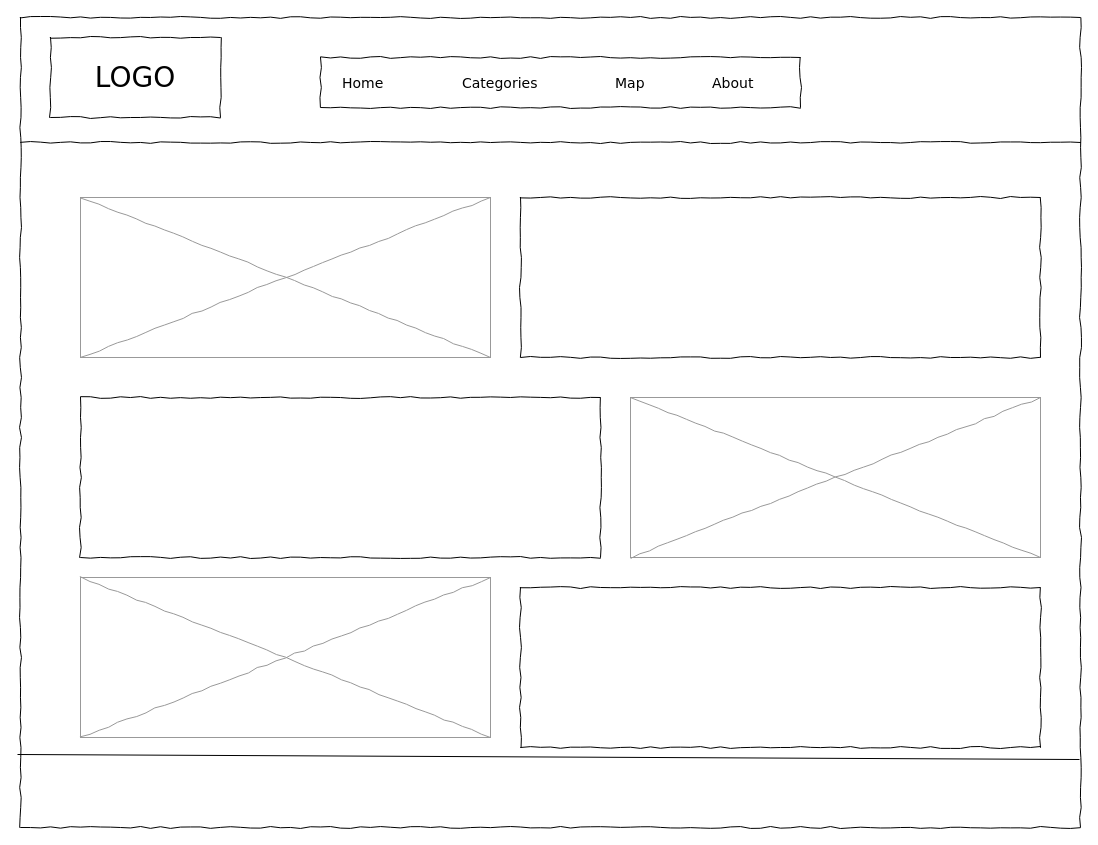
The draw.io diagram Planing/category.drawio in LlynBaum/LlynBaum.github.io, before the edit. Source tidied: cells renumbered, new cells numbered last; positions are measured from the earlier drawing's top-left corner, leaving out a move shared by most shapes. Both pictures are drawn from the tidied source at 100%, with x=0, y=0 at pixel (17, 17).
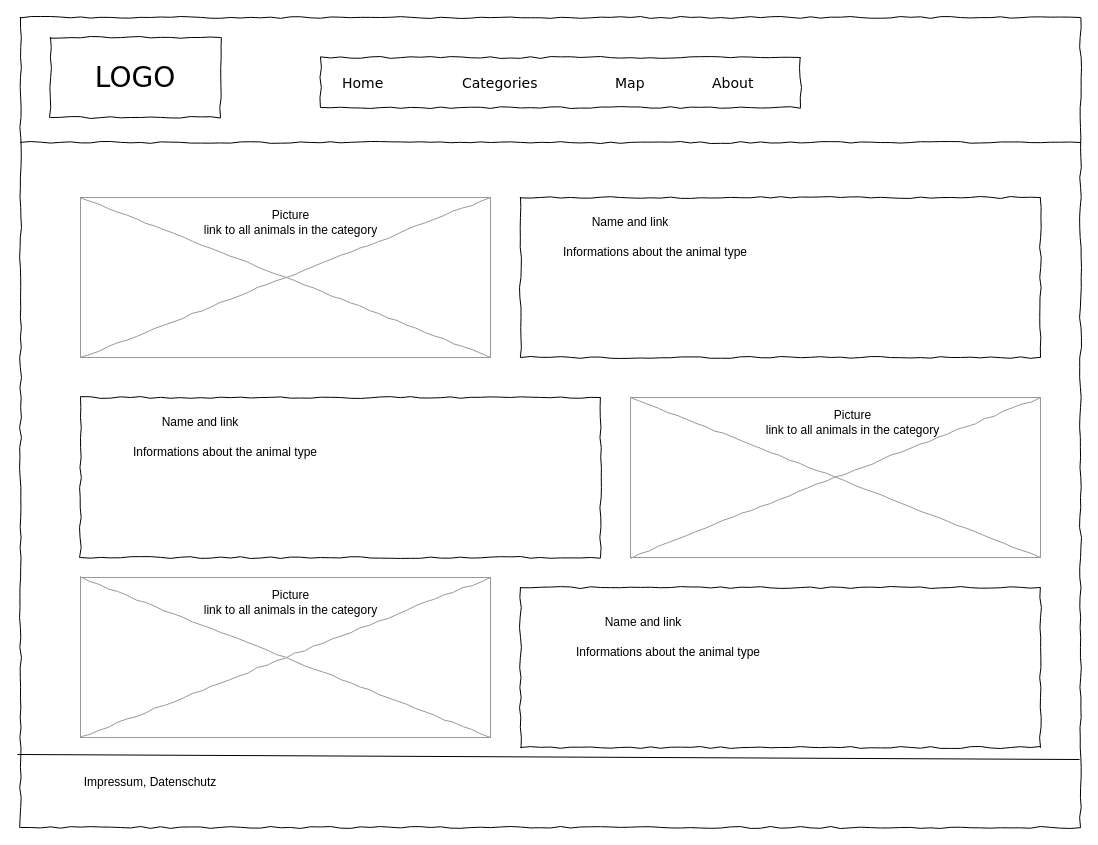
The same diagram, later.

The edit, as a diff of the source:
```diff
@@
+    <mxCell id="17" value="Informations about the animal type" style="text;html=1;strokeColor=none;fillColor=none;align=center;verticalAlign=middle;whiteSpace=wrap;rounded=0;" parent="1" vertex="1">
+      <mxGeometry x="513" y="220" width="250" height="30" as="geometry" />
+    </mxCell>
+    <mxCell id="18" value="Picture&lt;br&gt;link to all animals in the category" style="text;html=1;strokeColor=none;fillColor=none;align=center;verticalAlign=middle;whiteSpace=wrap;rounded=0;" parent="1" vertex="1">
+      <mxGeometry x="175.5" y="190" width="195" height="30" as="geometry" />
+    </mxCell>
+    <mxCell id="19" value="Picture&lt;br style=&quot;border-color: var(--border-color);&quot;&gt;link to all animals in the category" style="text;html=1;strokeColor=none;fillColor=none;align=center;verticalAlign=middle;whiteSpace=wrap;rounded=0;" parent="1" vertex="1">
+      <mxGeometry x="733" y="390" width="205" height="30" as="geometry" />
+    </mxCell>
+    <mxCell id="20" value="Informations about the animal type" style="text;html=1;strokeColor=none;fillColor=none;align=center;verticalAlign=middle;whiteSpace=wrap;rounded=0;" parent="1" vertex="1">
+      <mxGeometry x="83" y="420" width="250" height="30" as="geometry" />
+    </mxCell>
+    <mxCell id="21" value="Informations about the animal type" style="text;html=1;strokeColor=none;fillColor=none;align=center;verticalAlign=middle;whiteSpace=wrap;rounded=0;" parent="1" vertex="1">
+      <mxGeometry x="526" y="620" width="250" height="30" as="geometry" />
+    </mxCell>
+    <mxCell id="22" value="Impressum, Datenschutz" style="text;html=1;strokeColor=none;fillColor=none;align=center;verticalAlign=middle;whiteSpace=wrap;rounded=0;" parent="1" vertex="1">
+      <mxGeometry x="23" y="750" width="220" height="30" as="geometry" />
+    </mxCell>
+    <mxCell id="23" value="Picture&lt;br style=&quot;border-color: var(--border-color);&quot;&gt;link to all animals in the category" style="text;html=1;strokeColor=none;fillColor=none;align=center;verticalAlign=middle;whiteSpace=wrap;rounded=0;" parent="1" vertex="1">
+      <mxGeometry x="170.5" y="570" width="205" height="30" as="geometry" />
+    </mxCell>
+    <mxCell id="24" value="Name and link" style="text;html=1;strokeColor=none;fillColor=none;align=center;verticalAlign=middle;whiteSpace=wrap;rounded=0;" parent="1" vertex="1">
+      <mxGeometry x="533" y="190" width="160" height="30" as="geometry" />
+    </mxCell>
+    <mxCell id="25" value="Name and link" style="text;html=1;strokeColor=none;fillColor=none;align=center;verticalAlign=middle;whiteSpace=wrap;rounded=0;" parent="1" vertex="1">
+      <mxGeometry x="103" y="390" width="160" height="30" as="geometry" />
+    </mxCell>
+    <mxCell id="26" value="Name and link" style="text;html=1;strokeColor=none;fillColor=none;align=center;verticalAlign=middle;whiteSpace=wrap;rounded=0;" parent="1" vertex="1">
+      <mxGeometry x="546" y="590" width="160" height="30" as="geometry" />
+    </mxCell>
```
